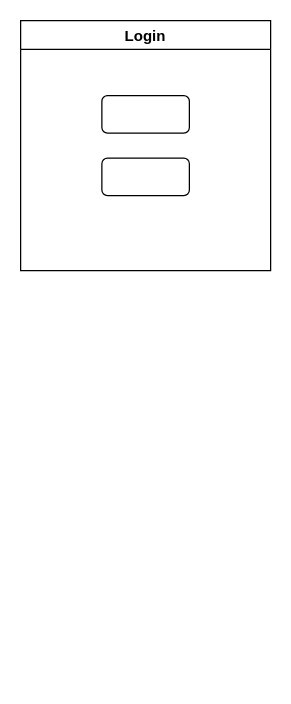
Earlier version of the draw.io diagram (nome da aplicação).drawio (RickyBoyy/ProjMovel). Source tidied: cells renumbered, new cells numbered last; positions are measured from the earlier drawing's top-left corner, leaving out a move shared by most shapes. Both pictures are drawn from the tidied source at 125%, with x=0, y=0 at pixel (20, 20).
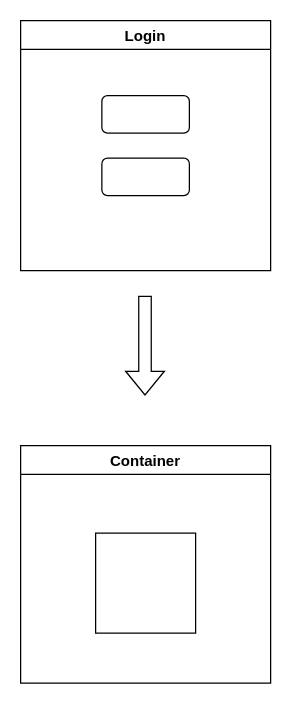
The same page after the edit.

Diff of the diagram source:
```diff
@@
 <mxGraphModel>
   <root>
     <mxCell id="0" />
     <mxCell id="1" parent="0" />
     <mxCell id="2" value="Login" style="swimlane;" parent="1" vertex="1">
       <mxGeometry width="200" height="200" as="geometry" />
     </mxCell>
     <mxCell id="3" style="rounded=1;whiteSpace=wrap;html=1;" parent="2" vertex="1">
       <mxGeometry x="65" y="60" width="70" height="30" as="geometry" />
     </mxCell>
     <mxCell id="4" style="rounded=1;whiteSpace=wrap;html=1;" parent="2" vertex="1">
       <mxGeometry x="65" y="110" width="70" height="30" as="geometry" />
     </mxCell>
+    <mxCell id="5" style="shape=flexArrow;endArrow=classic;html=1;rounded=0;" parent="1" edge="1">
+      <mxGeometry relative="1" as="geometry">
+        <mxPoint x="99.5" y="220" as="sourcePoint" />
+        <mxPoint x="99.5" y="300" as="targetPoint" />
+      </mxGeometry>
+    </mxCell>
+    <mxCell id="6" value="Container" style="swimlane;" parent="1" vertex="1">
+      <mxGeometry y="340" width="200" height="190" as="geometry" />
+    </mxCell>
+    <mxCell id="7" style="whiteSpace=wrap;html=1;" parent="6" vertex="1">
+      <mxGeometry x="60" y="70" width="80" height="80" as="geometry" />
+    </mxCell>
   </root>
 </mxGraphModel>
```
